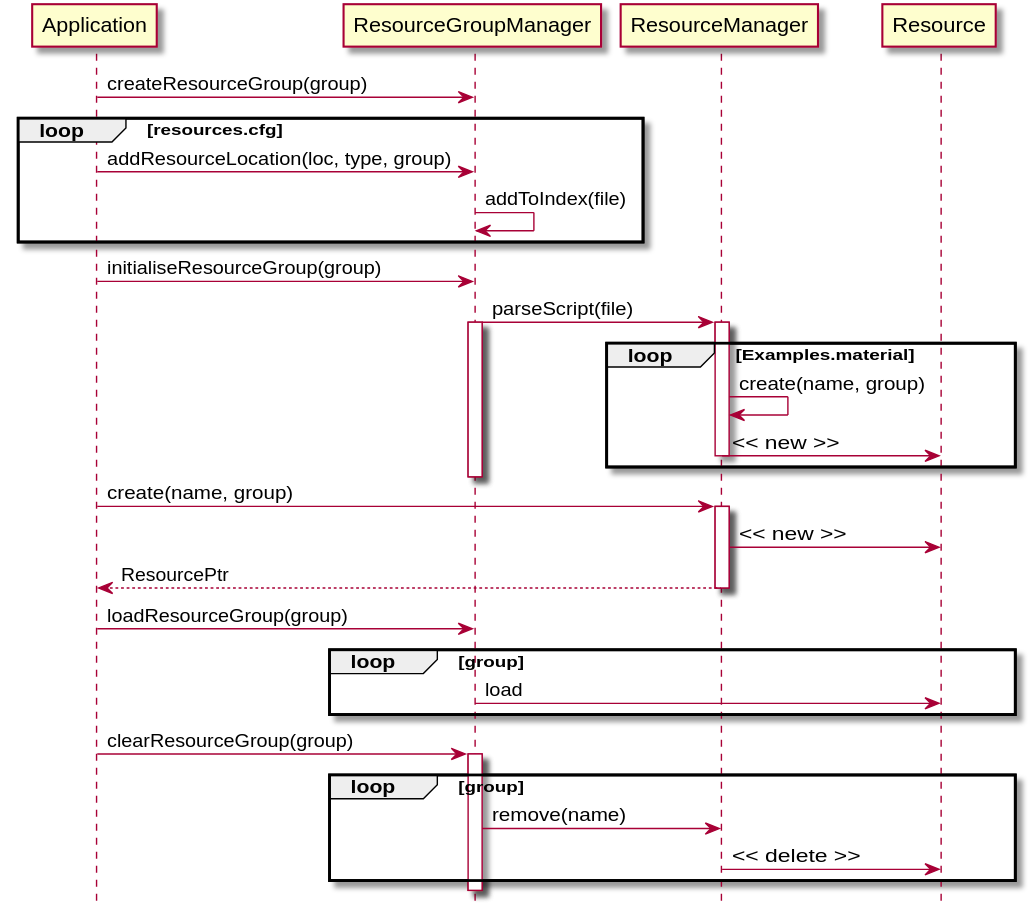
Above: Docs/src/images/ResourceManagement.svg in OGRECave/ogre (PlantUML), before the change. Its diagram source:
```plantuml
@startuml
hide footbox

Application -> ResourceGroupManager: createResourceGroup(group)
loop resources.cfg
Application -> ResourceGroupManager: addResourceLocation(loc, type, group)
ResourceGroupManager -> ResourceGroupManager: addToIndex(file)
end
Application -> ResourceGroupManager: initialiseResourceGroup(group)

ResourceGroupManager -> ResourceManager: parseScript(file)
activate ResourceGroupManager
loop Examples.material
activate ResourceManager
ResourceManager -> ResourceManager: create(name, group)
ResourceManager -> Resource: << new >>
deactivate ResourceManager
end
deactivate ResourceGroupManager

Application -> ResourceManager: create(name, group)
activate ResourceManager
ResourceManager -> Resource: << new >>
ResourceManager --> Application: ResourcePtr
deactivate ResourceManager
Application -> ResourceGroupManager: loadResourceGroup(group)
loop group
ResourceGroupManager -> Resource: load
end

Application -> ResourceGroupManager: clearResourceGroup(group)
activate ResourceGroupManager
loop group
ResourceGroupManager -> ResourceManager: remove(name)
ResourceManager -> Resource: << delete >>
end
deactivate ResourceGroupManager
@enduml
```
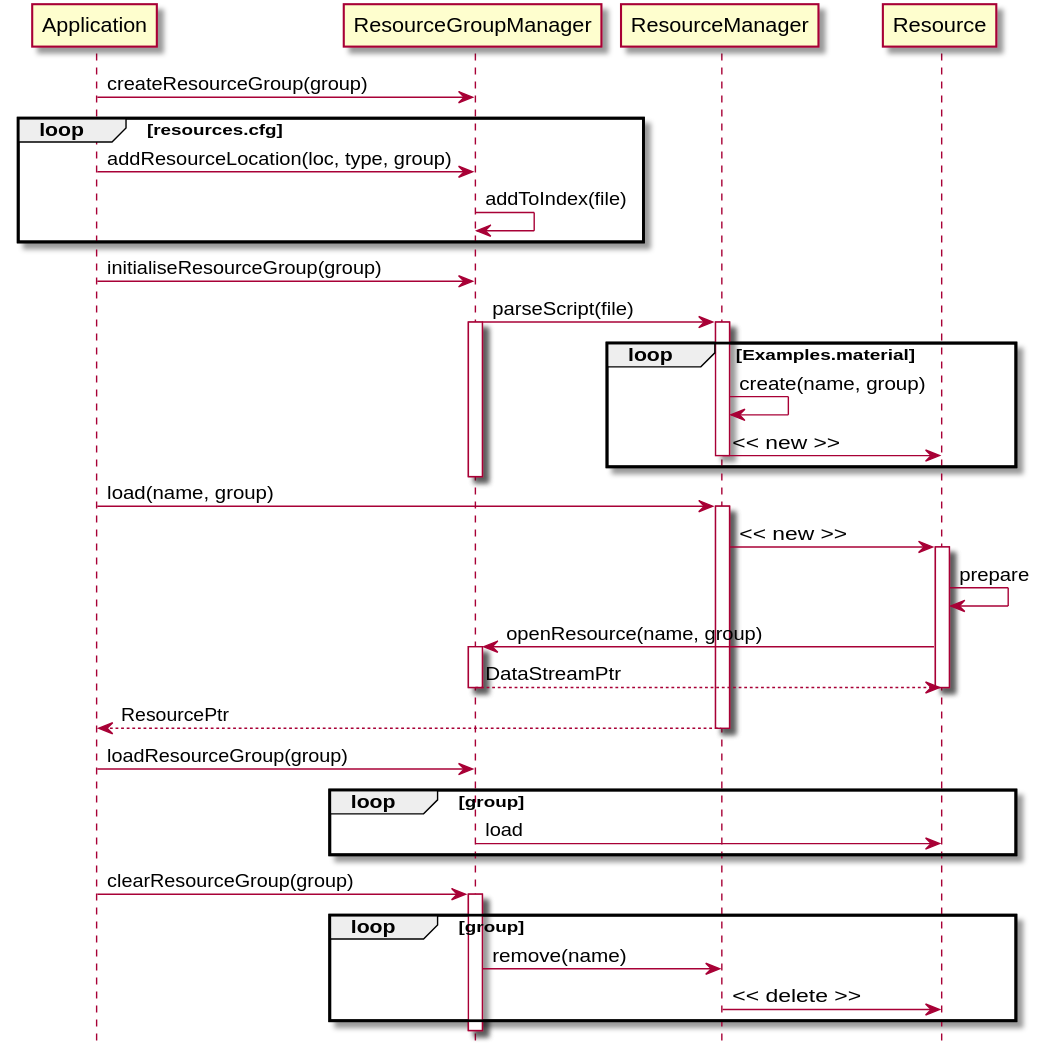
Above is the later version.

Commit message:
Docs: Resource Management - include data retrieval in diagram

Diff of the diagram source:
```diff
@@ -18,11 +18,19 @@
 end
 deactivate ResourceGroupManager
 
-Application -> ResourceManager: create(name, group)
+Application -> ResourceManager: load(name, group)
 activate ResourceManager
 ResourceManager -> Resource: << new >>
+activate Resource
+Resource -> Resource: prepare
+Resource -> ResourceGroupManager: openResource(name, group)
+activate ResourceGroupManager
+ResourceGroupManager --> Resource: DataStreamPtr
+deactivate ResourceGroupManager
+deactivate Resource
 ResourceManager --> Application: ResourcePtr
 deactivate ResourceManager
+
 Application -> ResourceGroupManager: loadResourceGroup(group)
 loop group
 ResourceGroupManager -> Resource: load
```
